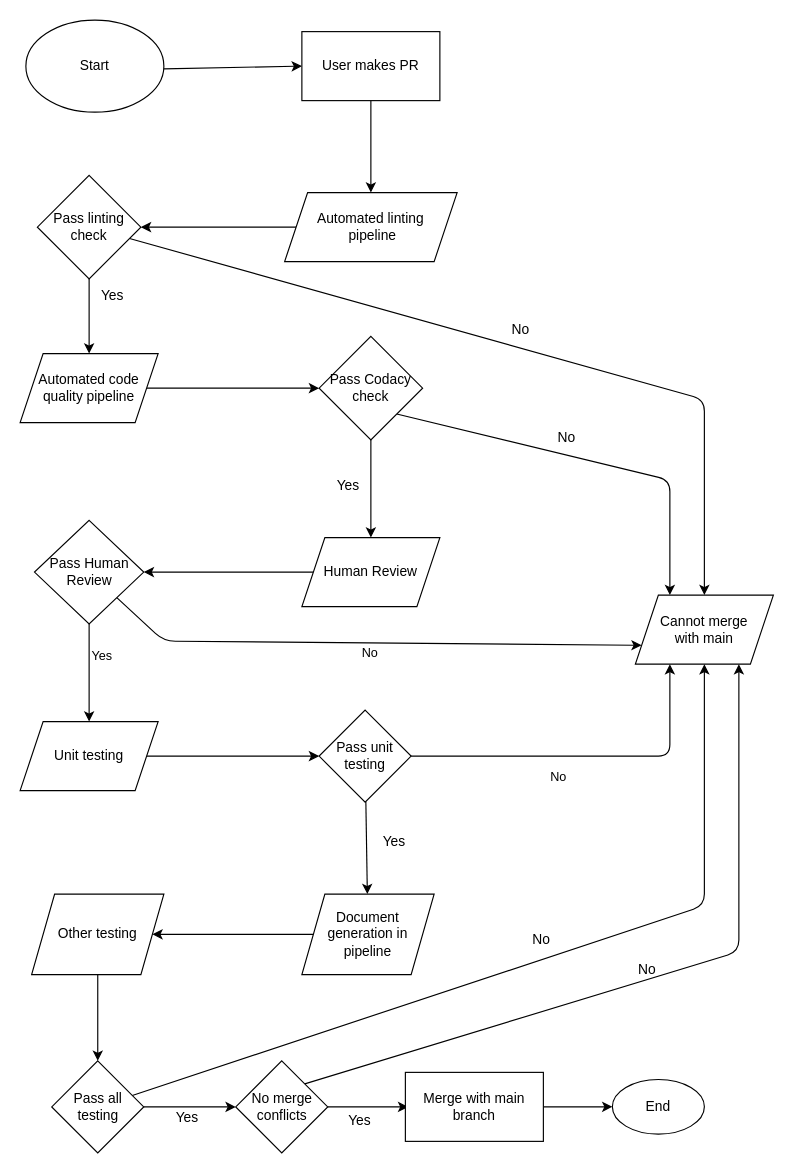
Before: admin/cipipeline/phase1.drawio in cse110-sp24-group6/cse110-sp24-group6, a draw.io diagram. Source tidied: cells renumbered, new cells numbered last; positions are measured from the earlier drawing's top-left corner, leaving out a move shared by most shapes. Both pictures are drawn from the tidied source at 115%, with x=0, y=0 at pixel (20, 20).
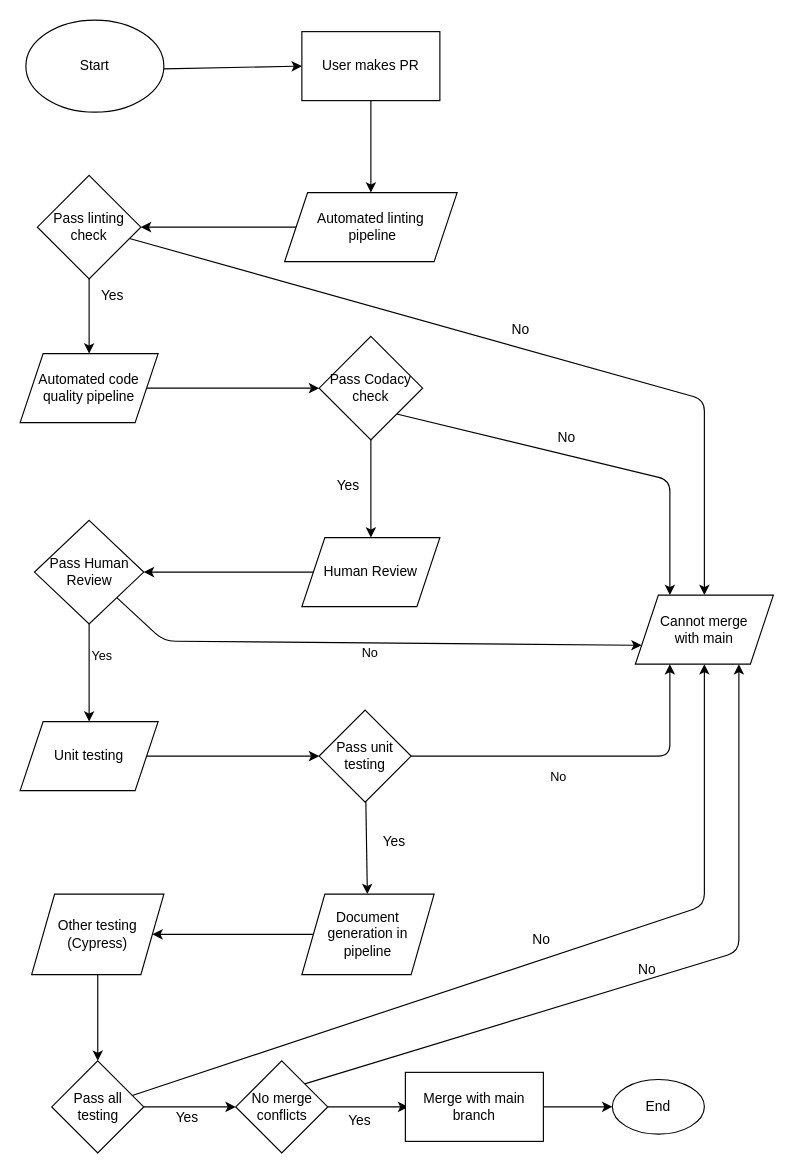
After the change.

The edit, as a diff of the source:
```diff
@@
-    <mxCell id="34" value="Other testing" style="shape=parallelogram;perimeter=parallelogramPerimeter;whiteSpace=wrap;html=1;fixedSize=1;" parent="1" vertex="1">
+    <mxCell id="34" value="Other testing (Cypress)" style="shape=parallelogram;perimeter=parallelogramPerimeter;whiteSpace=wrap;html=1;fixedSize=1;" parent="1" vertex="1">
       <mxGeometry x="10" y="760" width="115" height="70" as="geometry" />
     </mxCell>
```
